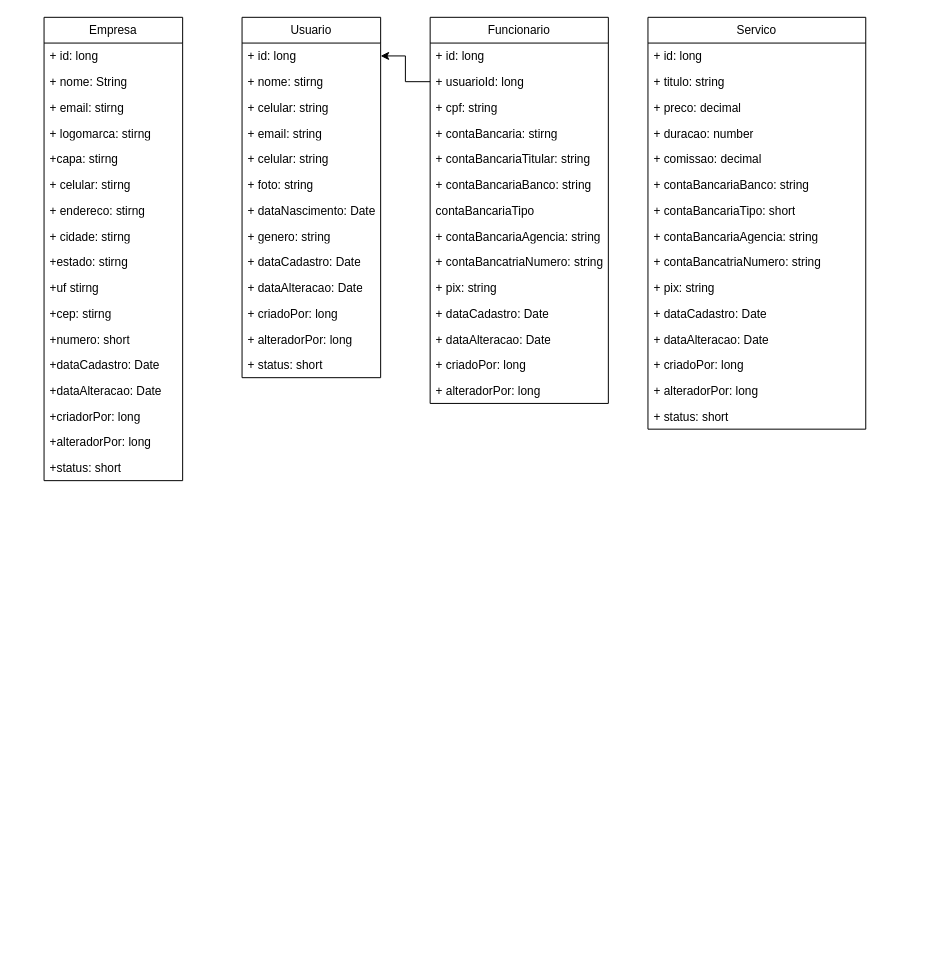
Earlier version of the draw.io diagram Diagrama sem nome.drawio (elsoncosta/GoBarber). Source tidied: cells renumbered, new cells numbered last; positions are measured from the earlier drawing's top-left corner, leaving out a move shared by most shapes. Both pictures are drawn from the tidied source at 99%, with x=0, y=0 at pixel (44, 17).
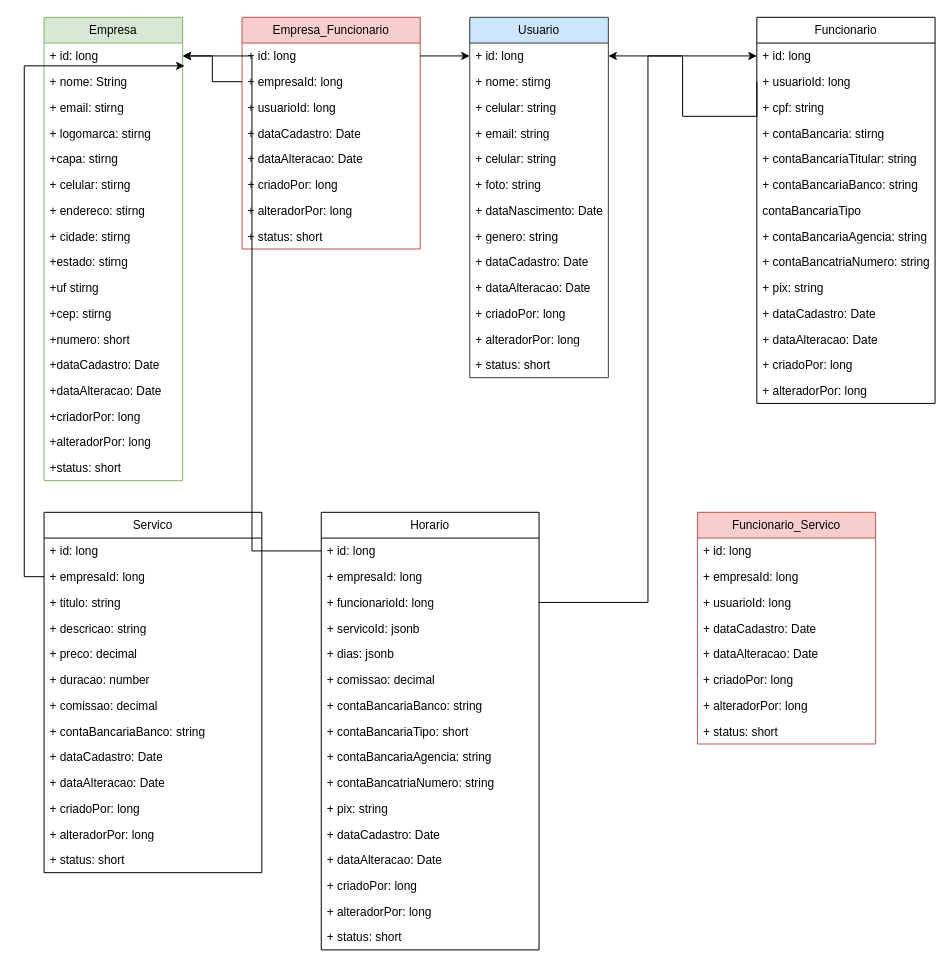
The same page after the edit.

Unchanged cells that the change refers to:
```xml
<mxCell id="3" value="+ id: long" style="text;strokeColor=none;fillColor=none;align=left;verticalAlign=top;spacingLeft=4;spacingRight=4;overflow=hidden;points=[[0,0.5],[1,0.5]];portConstraint=eastwest;whiteSpace=wrap;html=1;" parent="2" vertex="1">
  <mxGeometry y="26" width="140" height="26" as="geometry" />
</mxCell>
<mxCell id="21" value="+ id: long" style="text;strokeColor=none;fillColor=none;align=left;verticalAlign=top;spacingLeft=4;spacingRight=4;overflow=hidden;points=[[0,0.5],[1,0.5]];portConstraint=eastwest;whiteSpace=wrap;html=1;" parent="20" vertex="1">
  <mxGeometry y="26" width="140" height="26" as="geometry" />
</mxCell>
<mxCell id="35" value="+ id: long" style="text;strokeColor=none;fillColor=none;align=left;verticalAlign=top;spacingLeft=4;spacingRight=4;overflow=hidden;points=[[0,0.5],[1,0.5]];portConstraint=eastwest;whiteSpace=wrap;html=1;" parent="34" vertex="1">
  <mxGeometry y="26" width="180" height="26" as="geometry" />
</mxCell>
<mxCell id="36" value="+ usuarioId: long" style="text;strokeColor=none;fillColor=none;align=left;verticalAlign=top;spacingLeft=4;spacingRight=4;overflow=hidden;points=[[0,0.5],[1,0.5]];portConstraint=eastwest;whiteSpace=wrap;html=1;" parent="34" vertex="1">
  <mxGeometry y="52" width="180" height="26" as="geometry" />
</mxCell>
```

The edit, as a diff of the source:
```diff
@@
-    <mxCell id="2" value="Empresa" style="swimlane;fontStyle=0;horizontal=1;startSize=26;fillColor=none;whiteSpace=wrap;html=1;" parent="1" vertex="1">
+    <mxCell id="2" value="Empresa" style="swimlane;fontStyle=0;horizontal=1;startSize=26;fillColor=#d5e8d4;whiteSpace=wrap;html=1;strokeColor=#82b366;" parent="1" vertex="1">
       <mxGeometry width="140" height="468" as="geometry" />
     </mxCell>
@@
-    <mxCell id="20" value="Usuario" style="swimlane;fontStyle=0;horizontal=1;startSize=26;fillColor=none;whiteSpace=wrap;html=1;" parent="1" vertex="1">
-      <mxGeometry x="200" width="140" height="364" as="geometry" />
+    <mxCell id="20" value="Usuario" style="swimlane;fontStyle=0;horizontal=1;startSize=26;fillColor=#cce5ff;whiteSpace=wrap;html=1;strokeColor=#36393d;" parent="1" vertex="1">
+      <mxGeometry x="430" width="140" height="364" as="geometry" />
     </mxCell>
@@
     <mxCell id="34" value="Funcionario" style="swimlane;fontStyle=0;horizontal=1;startSize=26;fillColor=none;whiteSpace=wrap;html=1;" parent="1" vertex="1">
-      <mxGeometry x="390" width="180" height="390" as="geometry" />
+      <mxGeometry x="720" width="180" height="390" as="geometry" />
     </mxCell>
@@
     <mxCell id="49" style="edgeStyle=orthogonalEdgeStyle;rounded=0;jettySize=auto;html=1;exitX=0;exitY=0.5;exitDx=0;exitDy=0;entryX=1;entryY=0.5;entryDx=0;entryDy=0;" parent="1" edge="1" source="36" target="21">
-      <mxGeometry relative="1" as="geometry" />
+      <mxGeometry relative="1" as="geometry">
+        <Array as="points">
+          <mxPoint x="720" y="100" />
+          <mxPoint x="645" y="100" />
+          <mxPoint x="645" y="39" />
+        </Array>
+      </mxGeometry>
     </mxCell>
     <mxCell id="50" value="Servico" style="swimlane;fontStyle=0;horizontal=1;startSize=26;fillColor=none;whiteSpace=wrap;html=1;" parent="1" vertex="1">
-      <mxGeometry x="610" width="220" height="416" as="geometry" />
+      <mxGeometry y="500" width="220" height="364" as="geometry" />
     </mxCell>
@@
+    <mxCell id="66" value="+ empresaId: long" style="text;strokeColor=none;fillColor=none;align=left;verticalAlign=top;spacingLeft=4;spacingRight=4;overflow=hidden;points=[[0,0.5],[1,0.5]];portConstraint=eastwest;whiteSpace=wrap;html=1;" parent="50" vertex="1">
+      <mxGeometry y="52" width="220" height="26" as="geometry" />
+    </mxCell>
     <mxCell id="52" value="+ titulo: string" style="text;strokeColor=none;fillColor=none;align=left;verticalAlign=top;spacingLeft=4;spacingRight=4;overflow=hidden;whiteSpace=wrap;html=1;" parent="50" vertex="1">
-      <mxGeometry y="52" width="220" height="26" as="geometry" />
+      <mxGeometry y="78" width="220" height="26" as="geometry" />
     </mxCell>
+    <mxCell id="67" value="+ descricao: string" style="text;strokeColor=none;fillColor=none;align=left;verticalAlign=top;spacingLeft=4;spacingRight=4;overflow=hidden;whiteSpace=wrap;html=1;" parent="50" vertex="1">
+      <mxGeometry y="104" width="220" height="26" as="geometry" />
+    </mxCell>
     <mxCell id="53" value="+ preco: decimal" style="text;strokeColor=none;fillColor=none;align=left;verticalAlign=top;spacingLeft=4;spacingRight=4;overflow=hidden;whiteSpace=wrap;html=1;" parent="50" vertex="1">
-      <mxGeometry y="78" width="220" height="26" as="geometry" />
+      <mxGeometry y="130" width="220" height="26" as="geometry" />
     </mxCell>
     <mxCell id="54" value="+ duracao:&amp;nbsp;number" style="text;strokeColor=none;fillColor=none;align=left;verticalAlign=top;spacingLeft=4;spacingRight=4;overflow=hidden;whiteSpace=wrap;html=1;" parent="50" vertex="1">
-      <mxGeometry y="104" width="220" height="26" as="geometry" />
+      <mxGeometry y="156" width="220" height="26" as="geometry" />
     </mxCell>
     <mxCell id="55" value="+ comissao: decimal" style="text;strokeColor=none;fillColor=none;align=left;verticalAlign=top;spacingLeft=4;spacingRight=4;overflow=hidden;whiteSpace=wrap;html=1;" parent="50" vertex="1">
-      <mxGeometry y="130" width="220" height="26" as="geometry" />
+      <mxGeometry y="182" width="220" height="26" as="geometry" />
     </mxCell>
     <mxCell id="56" value="+ contaBancariaBanco: string" style="text;strokeColor=none;fillColor=none;align=left;verticalAlign=top;spacingLeft=4;spacingRight=4;overflow=hidden;whiteSpace=wrap;html=1;" parent="50" vertex="1">
-      <mxGeometry y="156" width="220" height="26" as="geometry" />
+      <mxGeometry y="208" width="220" height="26" as="geometry" />
     </mxCell>
-    <mxCell id="57" value="+ contaBancariaTipo: short" style="text;strokeColor=none;fillColor=none;align=left;verticalAlign=top;spacingLeft=4;spacingRight=4;overflow=hidden;whiteSpace=wrap;html=1;" parent="50" vertex="1">
-      <mxGeometry y="182" width="220" height="26" as="geometry" />
-    </mxCell>
-    <mxCell id="58" value="+ contaBancariaAgencia: string" style="text;strokeColor=none;fillColor=none;align=left;verticalAlign=top;spacingLeft=4;spacingRight=4;overflow=hidden;whiteSpace=wrap;html=1;" parent="50" vertex="1">
-      <mxGeometry y="208" width="220" height="26" as="geometry" />
-    </mxCell>
-    <mxCell id="59" value="+ contaBancatriaNumero: string" style="text;strokeColor=none;fillColor=none;align=left;verticalAlign=top;spacingLeft=4;spacingRight=4;overflow=hidden;whiteSpace=wrap;html=1;" parent="50" vertex="1">
-      <mxGeometry y="234" width="220" height="26" as="geometry" />
-    </mxCell>
-    <mxCell id="60" value="+ pix: string" style="text;strokeColor=none;fillColor=none;align=left;verticalAlign=top;spacingLeft=4;spacingRight=4;overflow=hidden;whiteSpace=wrap;html=1;" parent="50" vertex="1">
-      <mxGeometry y="260" width="220" height="26" as="geometry" />
-    </mxCell>
     <mxCell id="61" value="+ dataCadastro: Date" style="text;strokeColor=none;fillColor=none;align=left;verticalAlign=top;spacingLeft=4;spacingRight=4;overflow=hidden;whiteSpace=wrap;html=1;" parent="50" vertex="1">
-      <mxGeometry y="286" width="220" height="26" as="geometry" />
+      <mxGeometry y="234" width="220" height="26" as="geometry" />
     </mxCell>
     <mxCell id="62" value="+ dataAlteracao: Date" style="text;strokeColor=none;fillColor=none;align=left;verticalAlign=top;spacingLeft=4;spacingRight=4;overflow=hidden;whiteSpace=wrap;html=1;" parent="50" vertex="1">
-      <mxGeometry y="312" width="220" height="26" as="geometry" />
+      <mxGeometry y="260" width="220" height="26" as="geometry" />
     </mxCell>
     <mxCell id="63" value="+ criadoPor: long" style="text;strokeColor=none;fillColor=none;align=left;verticalAlign=top;spacingLeft=4;spacingRight=4;overflow=hidden;whiteSpace=wrap;html=1;" parent="50" vertex="1">
-      <mxGeometry y="338" width="220" height="26" as="geometry" />
+      <mxGeometry y="286" width="220" height="26" as="geometry" />
     </mxCell>
     <mxCell id="64" value="+ alteradorPor: long" style="text;strokeColor=none;fillColor=none;align=left;verticalAlign=top;spacingLeft=4;spacingRight=4;overflow=hidden;whiteSpace=wrap;html=1;" parent="50" vertex="1">
-      <mxGeometry y="364" width="220" height="26" as="geometry" />
+      <mxGeometry y="312" width="220" height="26" as="geometry" />
     </mxCell>
     <mxCell id="65" value="+ status: short" style="text;strokeColor=none;fillColor=none;align=left;verticalAlign=top;spacingLeft=4;spacingRight=4;overflow=hidden;whiteSpace=wrap;html=1;" parent="50" vertex="1">
-      <mxGeometry y="390" width="220" height="26" as="geometry" />
+      <mxGeometry y="338" width="220" height="26" as="geometry" />
     </mxCell>
+    <mxCell id="68" value="Horario" style="swimlane;fontStyle=0;horizontal=1;startSize=26;fillColor=none;whiteSpace=wrap;html=1;" parent="1" vertex="1">
+      <mxGeometry x="280" y="500" width="220" height="442" as="geometry" />
+    </mxCell>
+    <mxCell id="69" value="+ id: long" style="text;strokeColor=none;fillColor=none;align=left;verticalAlign=top;spacingLeft=4;spacingRight=4;overflow=hidden;points=[[0,0.5],[1,0.5]];portConstraint=eastwest;whiteSpace=wrap;html=1;" parent="68" vertex="1">
+      <mxGeometry y="26" width="220" height="26" as="geometry" />
+    </mxCell>
+    <mxCell id="70" value="+ empresaId: long" style="text;strokeColor=none;fillColor=none;align=left;verticalAlign=top;spacingLeft=4;spacingRight=4;overflow=hidden;whiteSpace=wrap;html=1;" parent="68" vertex="1">
+      <mxGeometry y="52" width="220" height="26" as="geometry" />
+    </mxCell>
+    <mxCell id="71" value="+ funcionarioId: long" style="text;strokeColor=none;fillColor=none;align=left;verticalAlign=top;spacingLeft=4;spacingRight=4;overflow=hidden;points=[[0,0.5],[1,0.5]];portConstraint=eastwest;whiteSpace=wrap;html=1;" parent="68" vertex="1">
+      <mxGeometry y="78" width="220" height="26" as="geometry" />
+    </mxCell>
+    <mxCell id="72" value="+ servicoId: jsonb" style="text;strokeColor=none;fillColor=none;align=left;verticalAlign=top;spacingLeft=4;spacingRight=4;overflow=hidden;whiteSpace=wrap;html=1;" parent="68" vertex="1">
+      <mxGeometry y="104" width="220" height="26" as="geometry" />
+    </mxCell>
+    <mxCell id="73" value="+ dias:&amp;nbsp;jsonb" style="text;strokeColor=none;fillColor=none;align=left;verticalAlign=top;spacingLeft=4;spacingRight=4;overflow=hidden;whiteSpace=wrap;html=1;" parent="68" vertex="1">
+      <mxGeometry y="130" width="220" height="26" as="geometry" />
+    </mxCell>
+    <mxCell id="74" value="+ comissao: decimal" style="text;strokeColor=none;fillColor=none;align=left;verticalAlign=top;spacingLeft=4;spacingRight=4;overflow=hidden;whiteSpace=wrap;html=1;" parent="68" vertex="1">
+      <mxGeometry y="156" width="220" height="26" as="geometry" />
+    </mxCell>
+    <mxCell id="75" value="+ contaBancariaBanco: string" style="text;strokeColor=none;fillColor=none;align=left;verticalAlign=top;spacingLeft=4;spacingRight=4;overflow=hidden;whiteSpace=wrap;html=1;" parent="68" vertex="1">
+      <mxGeometry y="182" width="220" height="26" as="geometry" />
+    </mxCell>
+    <mxCell id="57" value="+ contaBancariaTipo: short" style="text;strokeColor=none;fillColor=none;align=left;verticalAlign=top;spacingLeft=4;spacingRight=4;overflow=hidden;whiteSpace=wrap;html=1;" parent="68" vertex="1">
+      <mxGeometry y="208" width="220" height="26" as="geometry" />
+    </mxCell>
+    <mxCell id="58" value="+ contaBancariaAgencia: string" style="text;strokeColor=none;fillColor=none;align=left;verticalAlign=top;spacingLeft=4;spacingRight=4;overflow=hidden;whiteSpace=wrap;html=1;" parent="68" vertex="1">
+      <mxGeometry y="234" width="220" height="26" as="geometry" />
+    </mxCell>
+    <mxCell id="59" value="+ contaBancatriaNumero: string" style="text;strokeColor=none;fillColor=none;align=left;verticalAlign=top;spacingLeft=4;spacingRight=4;overflow=hidden;whiteSpace=wrap;html=1;" parent="68" vertex="1">
+      <mxGeometry y="260" width="220" height="26" as="geometry" />
+    </mxCell>
+    <mxCell id="60" value="+ pix: string" style="text;strokeColor=none;fillColor=none;align=left;verticalAlign=top;spacingLeft=4;spacingRight=4;overflow=hidden;whiteSpace=wrap;html=1;" parent="68" vertex="1">
+      <mxGeometry y="286" width="220" height="26" as="geometry" />
+    </mxCell>
+    <mxCell id="76" value="+ dataCadastro: Date" style="text;strokeColor=none;fillColor=none;align=left;verticalAlign=top;spacingLeft=4;spacingRight=4;overflow=hidden;whiteSpace=wrap;html=1;" parent="68" vertex="1">
+      <mxGeometry y="312" width="220" height="26" as="geometry" />
+    </mxCell>
+    <mxCell id="77" value="+ dataAlteracao: Date" style="text;strokeColor=none;fillColor=none;align=left;verticalAlign=top;spacingLeft=4;spacingRight=4;overflow=hidden;whiteSpace=wrap;html=1;" parent="68" vertex="1">
+      <mxGeometry y="338" width="220" height="26" as="geometry" />
+    </mxCell>
+    <mxCell id="78" value="+ criadoPor: long" style="text;strokeColor=none;fillColor=none;align=left;verticalAlign=top;spacingLeft=4;spacingRight=4;overflow=hidden;whiteSpace=wrap;html=1;" parent="68" vertex="1">
+      <mxGeometry y="364" width="220" height="26" as="geometry" />
+    </mxCell>
+    <mxCell id="79" value="+ alteradorPor: long" style="text;strokeColor=none;fillColor=none;align=left;verticalAlign=top;spacingLeft=4;spacingRight=4;overflow=hidden;whiteSpace=wrap;html=1;" parent="68" vertex="1">
+      <mxGeometry y="390" width="220" height="26" as="geometry" />
+    </mxCell>
+    <mxCell id="80" value="+ status: short" style="text;strokeColor=none;fillColor=none;align=left;verticalAlign=top;spacingLeft=4;spacingRight=4;overflow=hidden;whiteSpace=wrap;html=1;" parent="68" vertex="1">
+      <mxGeometry y="416" width="220" height="26" as="geometry" />
+    </mxCell>
+    <mxCell id="81" value="Empresa_Funcionario" style="swimlane;fontStyle=0;horizontal=1;startSize=26;fillColor=#f8cecc;whiteSpace=wrap;html=1;strokeColor=#b85450;" parent="1" vertex="1">
+      <mxGeometry x="200" width="180" height="234" as="geometry" />
+    </mxCell>
+    <mxCell id="82" value="+ id: long" style="text;strokeColor=none;fillColor=none;align=left;verticalAlign=top;spacingLeft=4;spacingRight=4;overflow=hidden;points=[[0,0.5],[1,0.5]];portConstraint=eastwest;whiteSpace=wrap;html=1;" parent="81" vertex="1">
+      <mxGeometry y="26" width="180" height="26" as="geometry" />
+    </mxCell>
+    <mxCell id="83" value="+ empresaId: long" style="text;strokeColor=none;fillColor=none;align=left;verticalAlign=top;spacingLeft=4;spacingRight=4;overflow=hidden;points=[[0,0.5],[1,0.5]];portConstraint=eastwest;whiteSpace=wrap;html=1;" parent="81" vertex="1">
+      <mxGeometry y="52" width="180" height="26" as="geometry" />
+    </mxCell>
+    <mxCell id="84" value="+ usuarioId: long" style="text;strokeColor=none;fillColor=none;align=left;verticalAlign=top;spacingLeft=4;spacingRight=4;overflow=hidden;whiteSpace=wrap;html=1;" parent="81" vertex="1">
+      <mxGeometry y="78" width="180" height="26" as="geometry" />
+    </mxCell>
+    <mxCell id="85" value="+ dataCadastro: Date" style="text;strokeColor=none;fillColor=none;align=left;verticalAlign=top;spacingLeft=4;spacingRight=4;overflow=hidden;whiteSpace=wrap;html=1;" parent="81" vertex="1">
+      <mxGeometry y="104" width="180" height="26" as="geometry" />
+    </mxCell>
+    <mxCell id="86" value="+ dataAlteracao: Date" style="text;strokeColor=none;fillColor=none;align=left;verticalAlign=top;spacingLeft=4;spacingRight=4;overflow=hidden;whiteSpace=wrap;html=1;" parent="81" vertex="1">
+      <mxGeometry y="130" width="180" height="26" as="geometry" />
+    </mxCell>
+    <mxCell id="87" value="+ criadoPor: long" style="text;strokeColor=none;fillColor=none;align=left;verticalAlign=top;spacingLeft=4;spacingRight=4;overflow=hidden;whiteSpace=wrap;html=1;" parent="81" vertex="1">
+      <mxGeometry y="156" width="180" height="26" as="geometry" />
+    </mxCell>
+    <mxCell id="88" value="+ alteradorPor: long" style="text;strokeColor=none;fillColor=none;align=left;verticalAlign=top;spacingLeft=4;spacingRight=4;overflow=hidden;whiteSpace=wrap;html=1;" parent="81" vertex="1">
+      <mxGeometry y="182" width="180" height="26" as="geometry" />
+    </mxCell>
+    <mxCell id="89" value="+ status: short" style="text;strokeColor=none;fillColor=none;align=left;verticalAlign=top;spacingLeft=4;spacingRight=4;overflow=hidden;whiteSpace=wrap;html=1;" parent="81" vertex="1">
+      <mxGeometry y="208" width="180" height="26" as="geometry" />
+    </mxCell>
+    <mxCell id="90" style="edgeStyle=orthogonalEdgeStyle;rounded=0;jettySize=auto;html=1;entryX=1;entryY=0.5;entryDx=0;entryDy=0;" parent="1" edge="1" source="83" target="3">
+      <mxGeometry relative="1" as="geometry" />
+    </mxCell>
+    <mxCell id="91" style="edgeStyle=orthogonalEdgeStyle;rounded=0;jettySize=auto;html=1;" parent="1" edge="1" source="82" target="21">
+      <mxGeometry relative="1" as="geometry" />
+    </mxCell>
+    <mxCell id="92" value="Funcionario_Servico" style="swimlane;fontStyle=0;horizontal=1;startSize=26;fillColor=#f8cecc;whiteSpace=wrap;html=1;strokeColor=#b85450;" parent="1" vertex="1">
+      <mxGeometry x="660" y="500" width="180" height="234" as="geometry" />
+    </mxCell>
+    <mxCell id="93" value="+ id: long" style="text;strokeColor=none;fillColor=none;align=left;verticalAlign=top;spacingLeft=4;spacingRight=4;overflow=hidden;whiteSpace=wrap;html=1;" parent="92" vertex="1">
+      <mxGeometry y="26" width="180" height="26" as="geometry" />
+    </mxCell>
+    <mxCell id="94" value="+ empresaId: long" style="text;strokeColor=none;fillColor=none;align=left;verticalAlign=top;spacingLeft=4;spacingRight=4;overflow=hidden;whiteSpace=wrap;html=1;" parent="92" vertex="1">
+      <mxGeometry y="52" width="180" height="26" as="geometry" />
+    </mxCell>
+    <mxCell id="95" value="+ usuarioId: long" style="text;strokeColor=none;fillColor=none;align=left;verticalAlign=top;spacingLeft=4;spacingRight=4;overflow=hidden;whiteSpace=wrap;html=1;" parent="92" vertex="1">
+      <mxGeometry y="78" width="180" height="26" as="geometry" />
+    </mxCell>
+    <mxCell id="96" value="+ dataCadastro: Date" style="text;strokeColor=none;fillColor=none;align=left;verticalAlign=top;spacingLeft=4;spacingRight=4;overflow=hidden;whiteSpace=wrap;html=1;" parent="92" vertex="1">
+      <mxGeometry y="104" width="180" height="26" as="geometry" />
+    </mxCell>
+    <mxCell id="97" value="+ dataAlteracao: Date" style="text;strokeColor=none;fillColor=none;align=left;verticalAlign=top;spacingLeft=4;spacingRight=4;overflow=hidden;whiteSpace=wrap;html=1;" parent="92" vertex="1">
+      <mxGeometry y="130" width="180" height="26" as="geometry" />
+    </mxCell>
+    <mxCell id="98" value="+ criadoPor: long" style="text;strokeColor=none;fillColor=none;align=left;verticalAlign=top;spacingLeft=4;spacingRight=4;overflow=hidden;whiteSpace=wrap;html=1;" parent="92" vertex="1">
+      <mxGeometry y="156" width="180" height="26" as="geometry" />
+    </mxCell>
+    <mxCell id="99" value="+ alteradorPor: long" style="text;strokeColor=none;fillColor=none;align=left;verticalAlign=top;spacingLeft=4;spacingRight=4;overflow=hidden;whiteSpace=wrap;html=1;" parent="92" vertex="1">
+      <mxGeometry y="182" width="180" height="26" as="geometry" />
+    </mxCell>
+    <mxCell id="100" value="+ status: short" style="text;strokeColor=none;fillColor=none;align=left;verticalAlign=top;spacingLeft=4;spacingRight=4;overflow=hidden;whiteSpace=wrap;html=1;" parent="92" vertex="1">
+      <mxGeometry y="208" width="180" height="26" as="geometry" />
+    </mxCell>
+    <mxCell id="101" style="edgeStyle=orthogonalEdgeStyle;rounded=0;jettySize=auto;html=1;entryX=1.014;entryY=0.885;entryDx=0;entryDy=0;entryPerimeter=0;" parent="1" edge="1" source="66" target="3">
+      <mxGeometry relative="1" as="geometry">
+        <Array as="points">
+          <mxPoint x="-20" y="565" />
+          <mxPoint x="-20" y="49" />
+        </Array>
+      </mxGeometry>
+    </mxCell>
+    <mxCell id="102" style="edgeStyle=orthogonalEdgeStyle;rounded=0;jettySize=auto;html=1;" parent="1" edge="1" source="69" target="3">
+      <mxGeometry relative="1" as="geometry" />
+    </mxCell>
+    <mxCell id="103" style="edgeStyle=orthogonalEdgeStyle;rounded=0;jettySize=auto;html=1;" parent="1" edge="1" source="71" target="35">
+      <mxGeometry relative="1" as="geometry" />
+    </mxCell>
```
